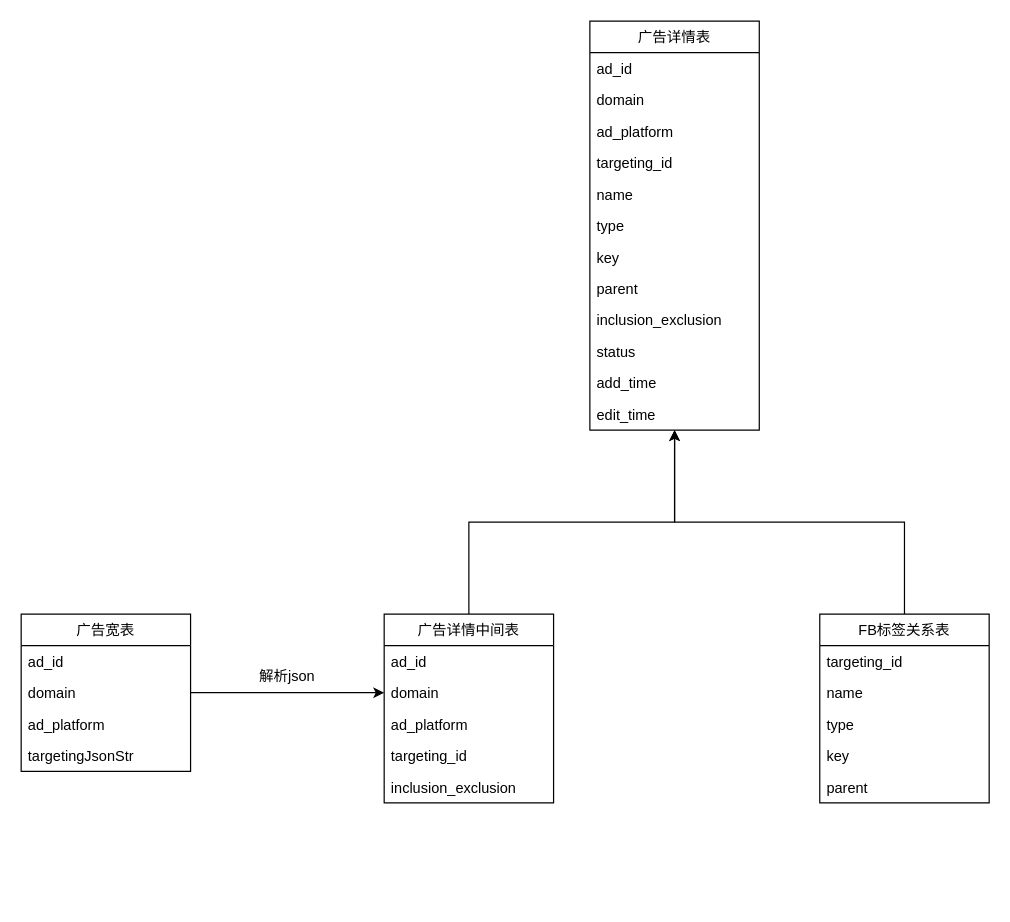
Jacoulin/draw keeps this draw.io diagram as plan/Untitled Diagram.drawio. Above is the earlier version. Source tidied: cells renumbered, new cells numbered last; positions are measured from the earlier drawing's top-left corner, leaving out a move shared by most shapes. Both pictures are drawn from the tidied source at 121%, with x=0, y=0 at pixel (21, 21).
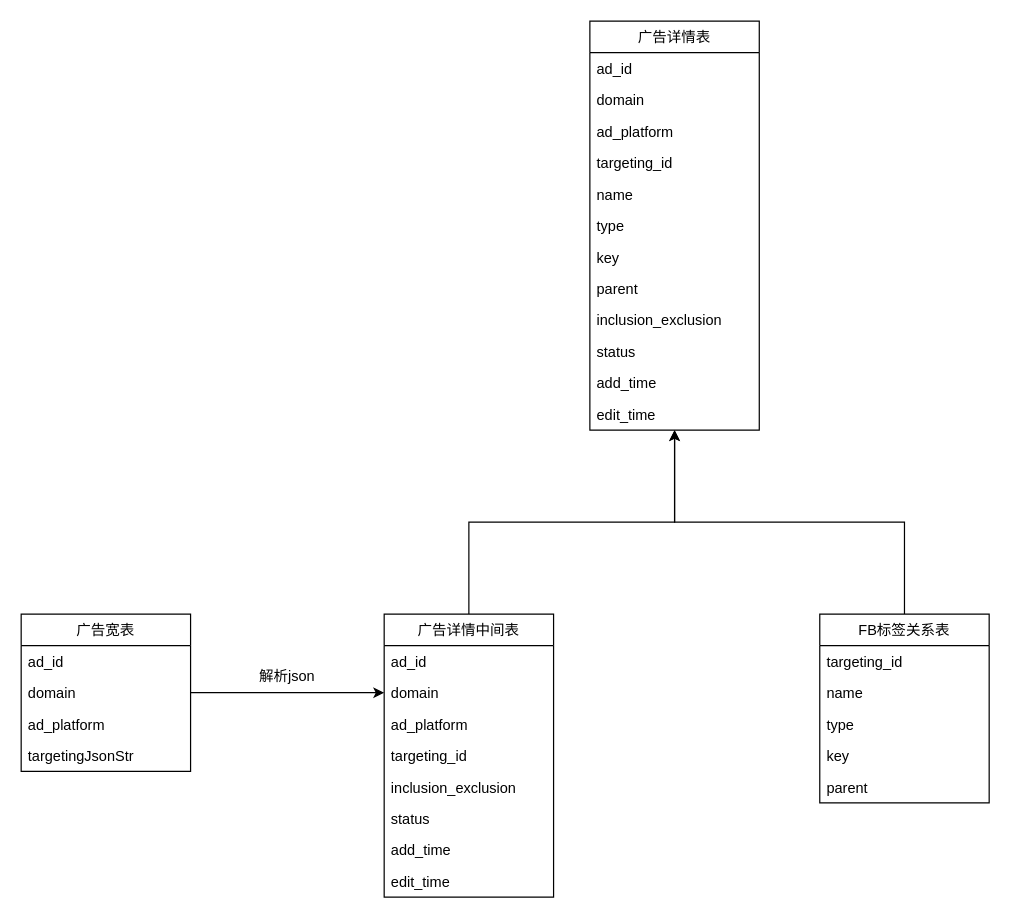
After the change.

What changed in the source:
```diff
@@
     <mxCell id="28" value="广告详情中间表" style="swimlane;fontStyle=0;horizontal=1;startSize=26;fillColor=none;" parent="1" vertex="1">
-      <mxGeometry x="300" y="490" width="140" height="156" as="geometry" />
+      <mxGeometry x="300" y="490" width="140" height="234" as="geometry" />
     </mxCell>
@@
+    <mxCell id="36" value="status" style="text;strokeColor=none;fillColor=none;align=left;verticalAlign=top;spacingLeft=4;spacingRight=4;overflow=hidden;" parent="28" vertex="1">
+      <mxGeometry y="156" width="140" height="26" as="geometry" />
+    </mxCell>
+    <mxCell id="37" value="add_time" style="text;strokeColor=none;fillColor=none;align=left;verticalAlign=top;spacingLeft=4;spacingRight=4;overflow=hidden;" parent="28" vertex="1">
+      <mxGeometry y="182" width="140" height="26" as="geometry" />
+    </mxCell>
+    <mxCell id="38" value="edit_time" style="text;strokeColor=none;fillColor=none;align=left;verticalAlign=top;spacingLeft=4;spacingRight=4;overflow=hidden;" parent="28" vertex="1">
+      <mxGeometry y="208" width="140" height="26" as="geometry" />
+    </mxCell>
```
